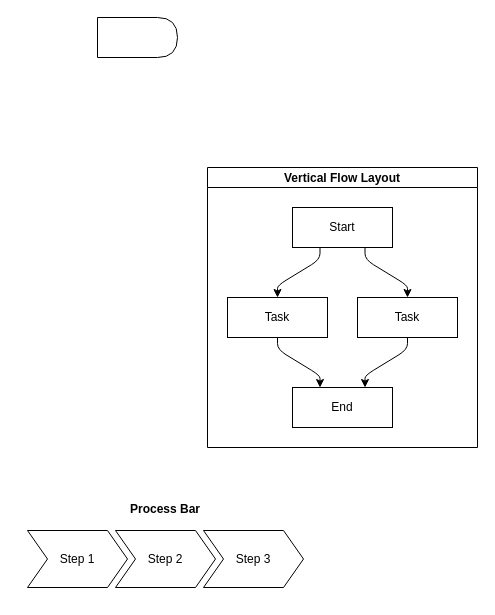
Quixote-Demo/demo keeps this draw.io diagram as 未命名绘图.drawio. Above is the earlier version. Source tidied: cells renumbered, new cells numbered last; positions are measured from the earlier drawing's top-left corner, leaving out a move shared by most shapes. Both pictures are drawn from the tidied source at 100%, with x=0, y=0 at pixel (17, 17).
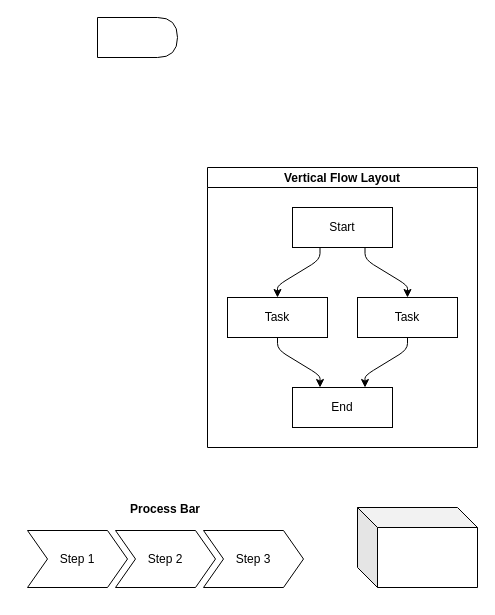
Above is the later version.

The edit, as a diff of the source:
```diff
@@
+    <mxCell id="16" style="shape=cube;whiteSpace=wrap;html=1;boundedLbl=1;backgroundOutline=1;darkOpacity=0.05;darkOpacity2=0.1;" parent="1" vertex="1">
+      <mxGeometry x="340" y="490" width="120" height="80" as="geometry" />
+    </mxCell>
```
